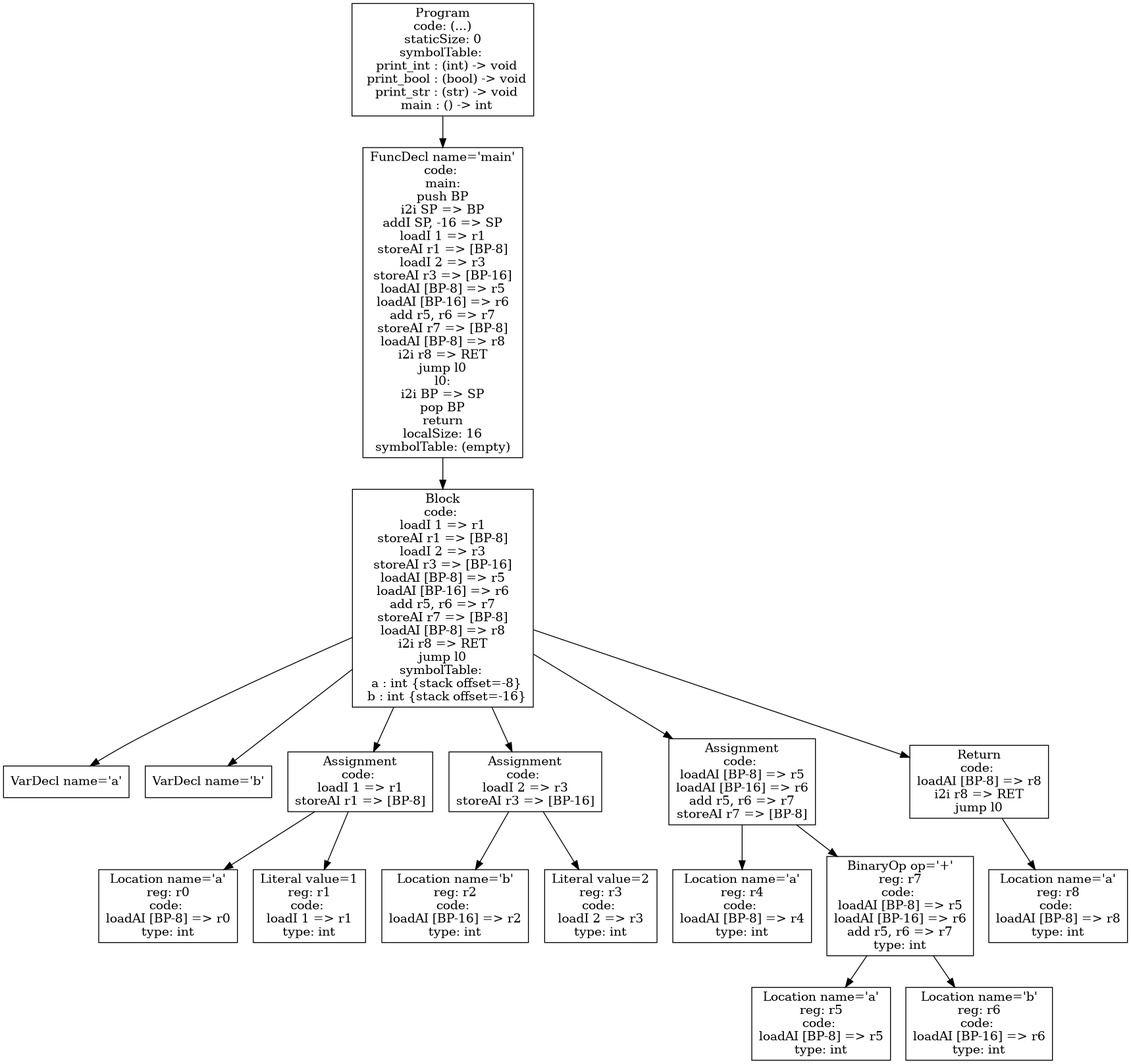
Before: p4-codegen/iloc-tree.png, a diagram exported from Graphviz (atrim11/CS432). Its source is kept beside it as p4-codegen/iloc-tree.dot.
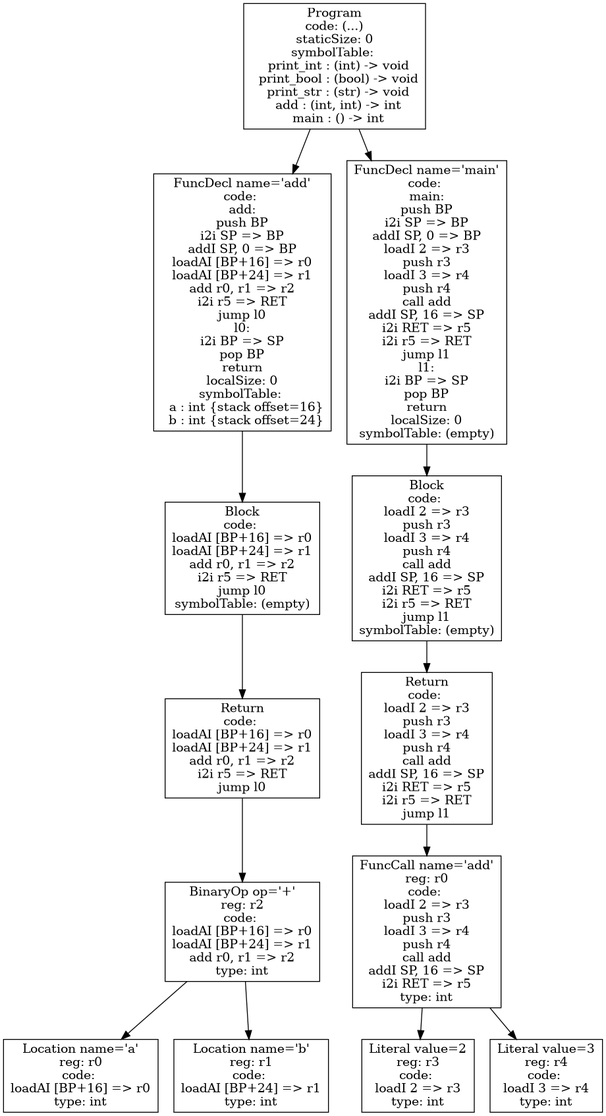
After the commit.

Diff of the diagram source:
```diff
@@ -1,37 +1,27 @@
 digraph AST {
-3 [shape=box, label="VarDecl name='a'"];
-4 [shape=box, label="VarDecl name='b'"];
-6 [shape=box, label="Location name='a'\nreg: r0\ncode: \nloadAI [BP-8] => r0\ntype: int"];
-7 [shape=box, label="Literal value=1\nreg: r1\ncode: \nloadI 1 => r1\ntype: int"];
-5 [shape=box, label="Assignment\ncode: \nloadI 1 => r1\nstoreAI r1 => [BP-8]"];
-5 -> 6;
-5 -> 7;
-9 [shape=box, label="Location name='b'\nreg: r2\ncode: \nloadAI [BP-16] => r2\ntype: int"];
-10 [shape=box, label="Literal value=2\nreg: r3\ncode: \nloadI 2 => r3\ntype: int"];
-8 [shape=box, label="Assignment\ncode: \nloadI 2 => r3\nstoreAI r3 => [BP-16]"];
+5 [shape=box, label="Location name='a'\nreg: r0\ncode: \nloadAI [BP+16] => r0\ntype: int"];
+6 [shape=box, label="Location name='b'\nreg: r1\ncode: \nloadAI [BP+24] => r1\ntype: int"];
+4 [shape=box, label="BinaryOp op='+'\nreg: r2\ncode: \nloadAI [BP+16] => r0\nloadAI [BP+24] => r1\nadd r0, r1 => r2\ntype: int"];
+4 -> 5;
+4 -> 6;
+3 [shape=box, label="Return\ncode: \nloadAI [BP+16] => r0\nloadAI [BP+24] => r1\nadd r0, r1 => r2\ni2i r5 => RET\njump l0"];
+3 -> 4;
+2 [shape=box, label="Block\ncode: \nloadAI [BP+16] => r0\nloadAI [BP+24] => r1\nadd r0, r1 => r2\ni2i r5 => RET\njump l0\nsymbolTable: (empty)"];
+2 -> 3;
+1 [shape=box, label="FuncDecl name='add'\ncode: \nadd:\npush BP\ni2i SP => BP\naddI SP, 0 => BP\nloadAI [BP+16] => r0\nloadAI [BP+24] => r1\nadd r0, r1 => r2\ni2i r5 => RET\njump l0\nl0:\ni2i BP => SP\npop BP\nreturn\nlocalSize: 0\nsymbolTable: \n  a : int {stack offset=16}\n  b : int {stack offset=24}"];
+1 -> 2;
+11 [shape=box, label="Literal value=2\nreg: r3\ncode: \nloadI 2 => r3\ntype: int"];
+12 [shape=box, label="Literal value=3\nreg: r4\ncode: \nloadI 3 => r4\ntype: int"];
+10 [shape=box, label="FuncCall name='add'\nreg: r0\ncode: \nloadI 2 => r3\npush r3\nloadI 3 => r4\npush r4\ncall add\naddI SP, 16 => SP\ni2i RET => r5\ntype: int"];
+10 -> 11;
+10 -> 12;
+9 [shape=box, label="Return\ncode: \nloadI 2 => r3\npush r3\nloadI 3 => r4\npush r4\ncall add\naddI SP, 16 => SP\ni2i RET => r5\ni2i r5 => RET\njump l1"];
+9 -> 10;
+8 [shape=box, label="Block\ncode: \nloadI 2 => r3\npush r3\nloadI 3 => r4\npush r4\ncall add\naddI SP, 16 => SP\ni2i RET => r5\ni2i r5 => RET\njump l1\nsymbolTable: (empty)"];
 8 -> 9;
-8 -> 10;
-12 [shape=box, label="Location name='a'\nreg: r4\ncode: \nloadAI [BP-8] => r4\ntype: int"];
-14 [shape=box, label="Location name='a'\nreg: r5\ncode: \nloadAI [BP-8] => r5\ntype: int"];
-15 [shape=box, label="Location name='b'\nreg: r6\ncode: \nloadAI [BP-16] => r6\ntype: int"];
-13 [shape=box, label="BinaryOp op='+'\nreg: r7\ncode: \nloadAI [BP-8] => r5\nloadAI [BP-16] => r6\nadd r5, r6 => r7\ntype: int"];
-13 -> 14;
-13 -> 15;
-11 [shape=box, label="Assignment\ncode: \nloadAI [BP-8] => r5\nloadAI [BP-16] => r6\nadd r5, r6 => r7\nstoreAI r7 => [BP-8]"];
-11 -> 12;
-11 -> 13;
-17 [shape=box, label="Location name='a'\nreg: r8\ncode: \nloadAI [BP-8] => r8\ntype: int"];
-16 [shape=box, label="Return\ncode: \nloadAI [BP-8] => r8\ni2i r8 => RET\njump l0"];
-16 -> 17;
-2 [shape=box, label="Block\ncode: \nloadI 1 => r1\nstoreAI r1 => [BP-8]\nloadI 2 => r3\nstoreAI r3 => [BP-16]\nloadAI [BP-8] => r5\nloadAI [BP-16] => r6\nadd r5, r6 => r7\nstoreAI r7 => [BP-8]\nloadAI [BP-8] => r8\ni2i r8 => RET\njump l0\nsymbolTable: \n  a : int {stack offset=-8}\n  b : int {stack offset=-16}"];
-2 -> 3;
-2 -> 4;
-2 -> 5;
-2 -> 8;
-2 -> 11;
-2 -> 16;
-1 [shape=box, label="FuncDecl name='main'\ncode: \nmain:\npush BP\ni2i SP => BP\naddI SP, -16 => SP\nloadI 1 => r1\nstoreAI r1 => [BP-8]\nloadI 2 => r3\nstoreAI r3 => [BP-16]\nloadAI [BP-8] => r5\nloadAI [BP-16] => r6\nadd r5, r6 => r7\nstoreAI r7 => [BP-8]\nloadAI [BP-8] => r8\ni2i r8 => RET\njump l0\nl0:\ni2i BP => SP\npop BP\nreturn\nlocalSize: 16\nsymbolTable: (empty)"];
-1 -> 2;
-0 [shape=box, label="Program\ncode: (...)\nstaticSize: 0\nsymbolTable: \n  print_int : (int) -> void\n  print_bool : (bool) -> void\n  print_str : (str) -> void\n  main : () -> int"];
+7 [shape=box, label="FuncDecl name='main'\ncode: \nmain:\npush BP\ni2i SP => BP\naddI SP, 0 => BP\nloadI 2 => r3\npush r3\nloadI 3 => r4\npush r4\ncall add\naddI SP, 16 => SP\ni2i RET => r5\ni2i r5 => RET\njump l1\nl1:\ni2i BP => SP\npop BP\nreturn\nlocalSize: 0\nsymbolTable: (empty)"];
+7 -> 8;
+0 [shape=box, label="Program\ncode: (...)\nstaticSize: 0\nsymbolTable: \n  print_int : (int) -> void\n  print_bool : (bool) -> void\n  print_str : (str) -> void\n  add : (int, int) -> int\n  main : () -> int"];
 0 -> 1;
+0 -> 7;
 }
```
